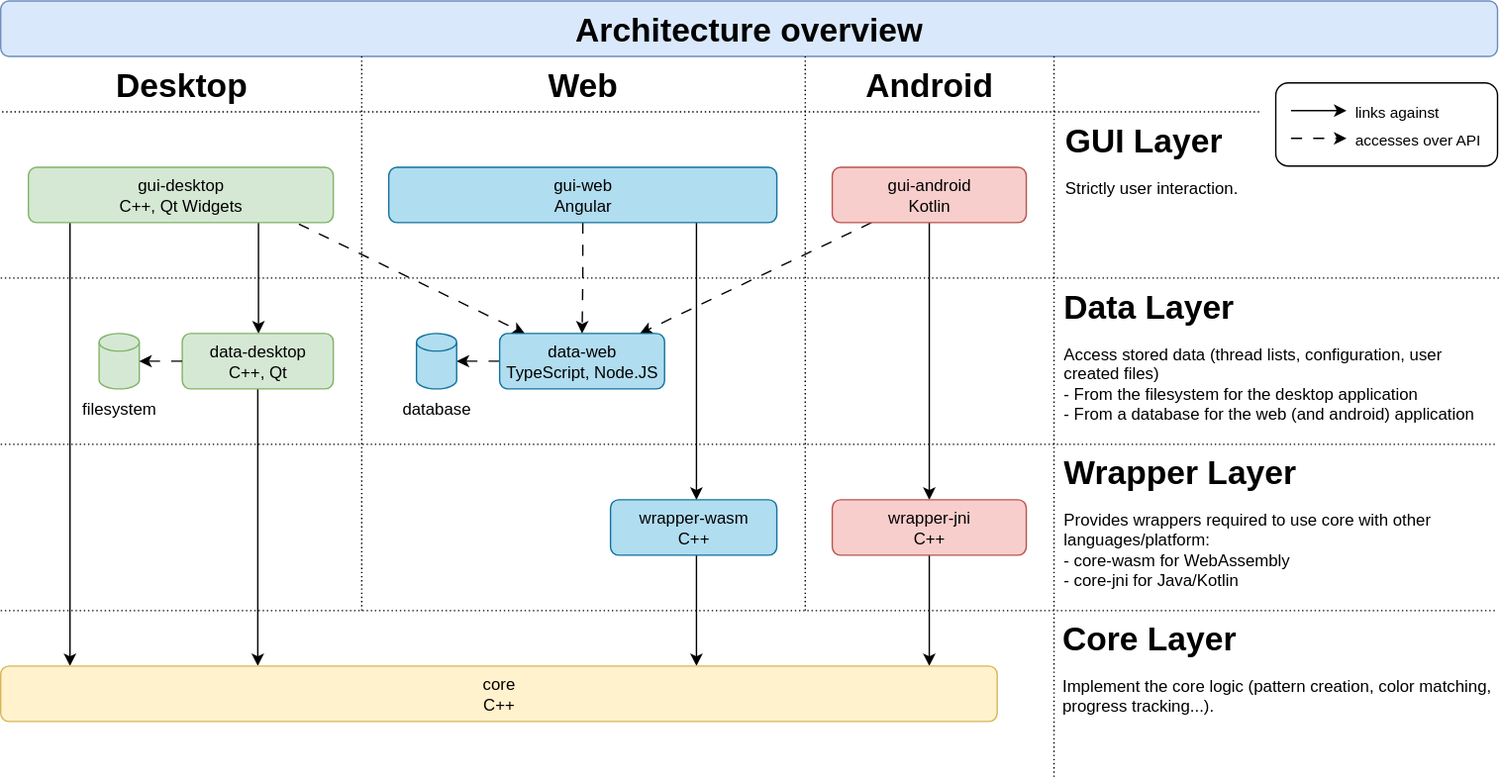
This is doc/architecture-overview.svg from polletfa/Kreuzstich, a draw.io export, as it was before one commit. Source tidied: cells renumbered, new cells last; positions are measured from the earlier drawing's top-left corner, leaving out a move shared by most shapes.
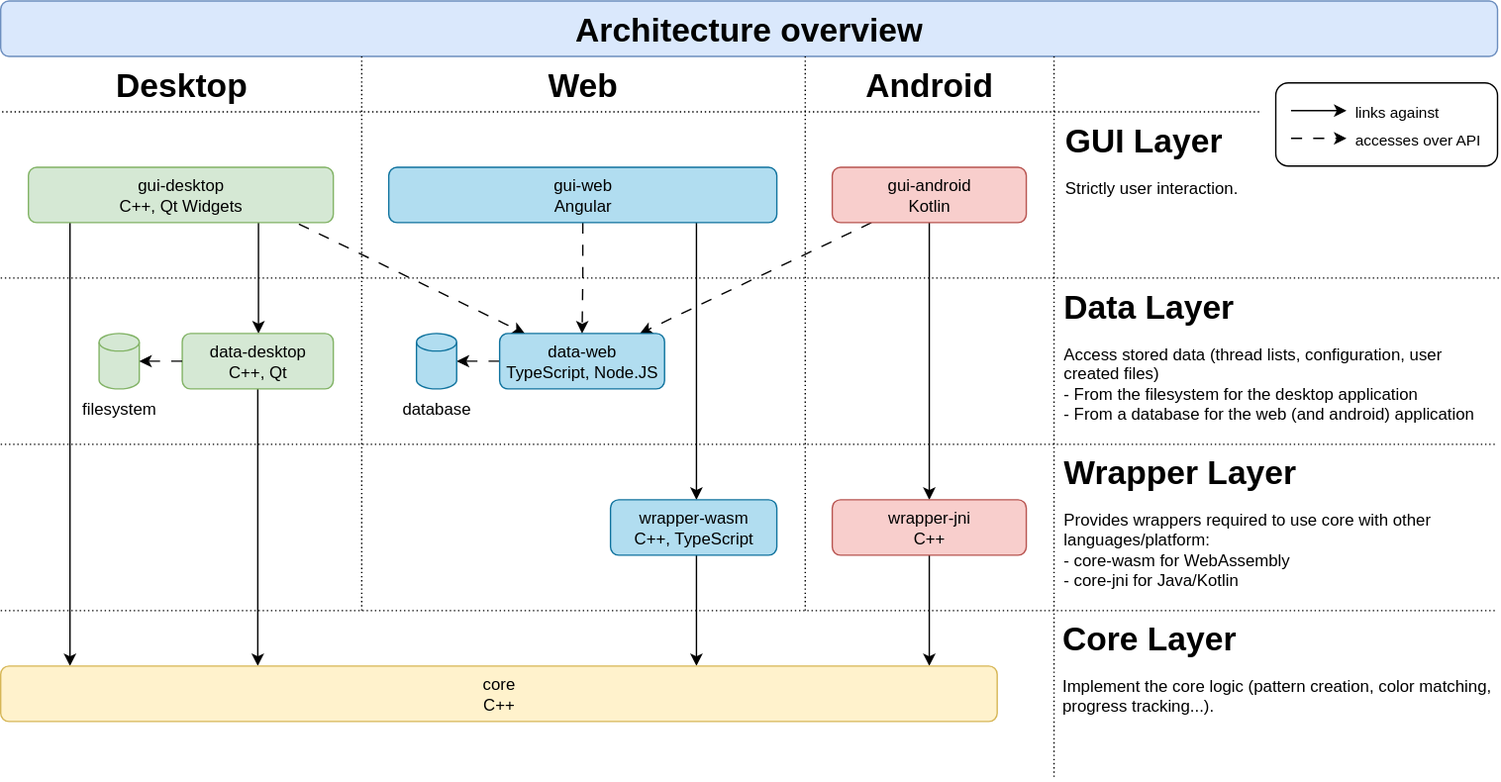
The same file after the commit.

Change to the diagram source:
```diff
@@ -160,7 +160,7 @@
         </Array>
       </mxGeometry>
     </mxCell>
-    <mxCell id="39" value="wrapper-wasm&lt;div&gt;C++&lt;/div&gt;" style="rounded=1;whiteSpace=wrap;html=1;fillColor=#b1ddf0;strokeColor=#10739e;" parent="1" vertex="1">
+    <mxCell id="39" value="wrapper-wasm&lt;div&gt;C++, TypeScript&lt;/div&gt;" style="rounded=1;whiteSpace=wrap;html=1;fillColor=#b1ddf0;strokeColor=#10739e;" parent="1" vertex="1">
       <mxGeometry x="440" y="360" width="120" height="40" as="geometry" />
     </mxCell>
     <mxCell id="40" style="edgeStyle=orthogonalEdgeStyle;rounded=0;jettySize=auto;html=1;" parent="1" edge="1" source="41" target="42">
```
